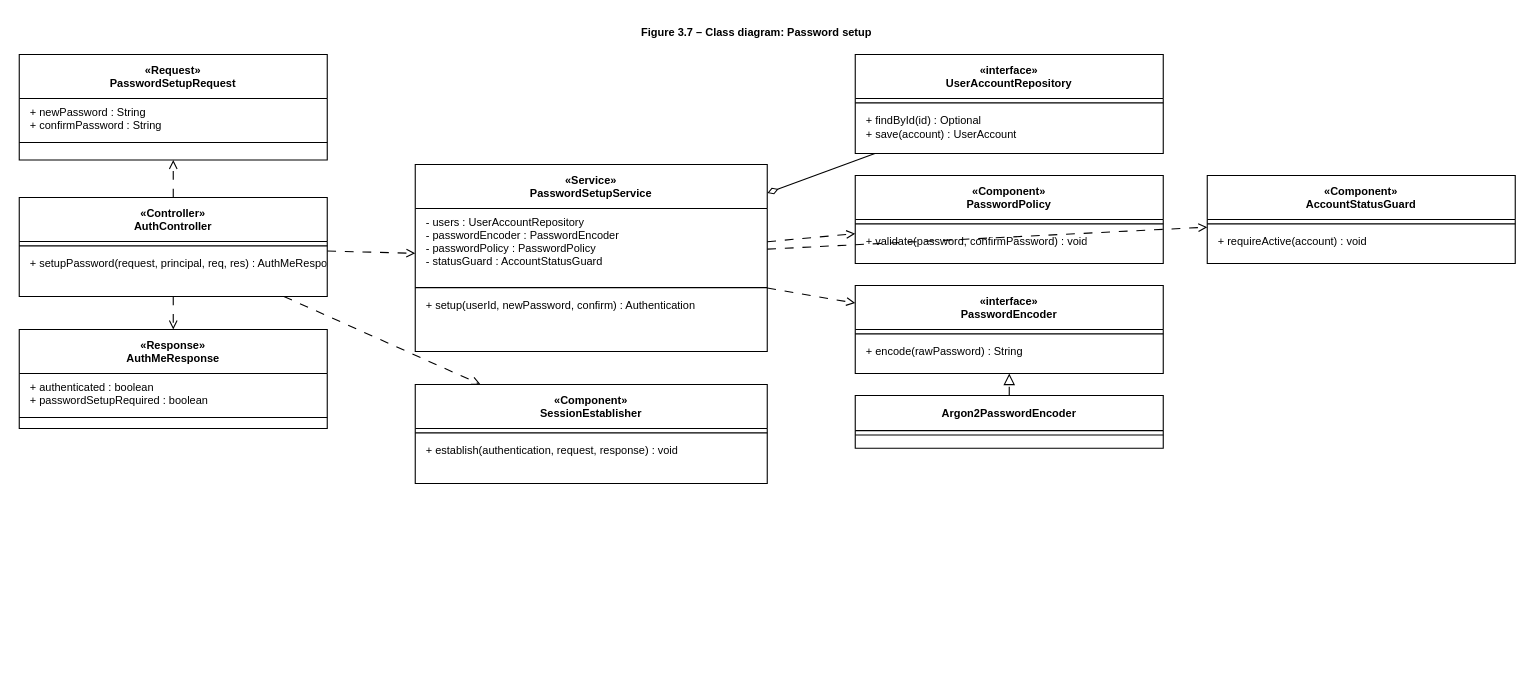
Before: page "3.7 Password setup — Class" (7 of 20) of docs/diagrams/01-auth.drawio in Saga-Learning-to-Hero/saga-be, a draw.io diagram. Source tidied: cells renumbered, new cells numbered last; positions are measured from the earlier drawing's top-left corner, leaving out a move shared by most shapes. Both pictures are drawn from the tidied source at 110%, with x=0, y=0 at pixel (19, 19).
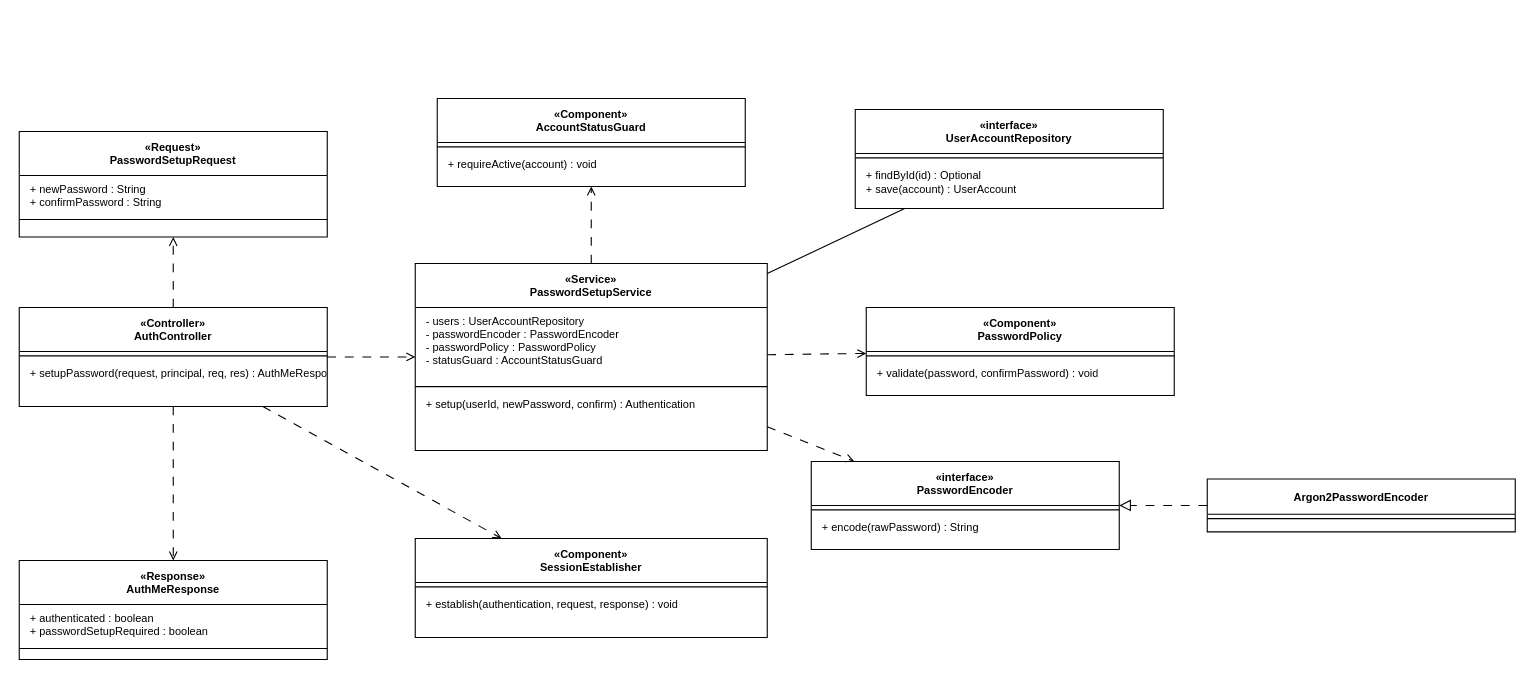
The same diagram, later.

The edit, as a diff of the source:
```diff
@@
-    <mxCell id="2" value="Figure 3.7 – Class diagram: Password setup" style="text;html=1;strokeColor=none;fillColor=none;align=center;fontStyle=1;fontSize=10;" parent="1" vertex="1">
-      <mxGeometry x="460" width="420" height="24" as="geometry" />
-    </mxCell>
     <mxCell id="3" value="«Request»&lt;br&gt;PasswordSetupRequest" style="swimlane;align=center;horizontal=1;startSize=40;html=1;whiteSpace=wrap;fillColor=#ffffff;strokeColor=#000000;fontSize=10;" parent="1" vertex="1">
-      <mxGeometry y="32" width="280" height="96" as="geometry" />
+      <mxGeometry y="102" width="280" height="96" as="geometry" />
     </mxCell>
@@
     <mxCell id="7" value="«Controller»&lt;br&gt;AuthController" style="swimlane;align=center;horizontal=1;startSize=40;html=1;whiteSpace=wrap;fillColor=#ffffff;strokeColor=#000000;fontSize=10;" parent="1" vertex="1">
-      <mxGeometry y="162" width="280" height="90" as="geometry" />
+      <mxGeometry y="262" width="280" height="90" as="geometry" />
     </mxCell>
@@
     <mxCell id="10" value="«Response»&lt;br&gt;AuthMeResponse" style="swimlane;align=center;horizontal=1;startSize=40;html=1;whiteSpace=wrap;fillColor=#ffffff;strokeColor=#000000;fontSize=10;" parent="1" vertex="1">
-      <mxGeometry y="282" width="280" height="90" as="geometry" />
+      <mxGeometry y="492" width="280" height="90" as="geometry" />
     </mxCell>
@@
     <mxCell id="14" value="«Service»&lt;br&gt;PasswordSetupService" style="swimlane;align=center;horizontal=1;startSize=40;html=1;whiteSpace=wrap;fillColor=#ffffff;strokeColor=#000000;fontSize=10;" parent="1" vertex="1">
-      <mxGeometry x="360" y="132" width="320" height="170" as="geometry" />
+      <mxGeometry x="360" y="222" width="320" height="170" as="geometry" />
     </mxCell>
@@
     <mxCell id="18" value="«Component»&lt;br&gt;SessionEstablisher" style="swimlane;align=center;horizontal=1;startSize=40;html=1;whiteSpace=wrap;fillColor=#ffffff;strokeColor=#000000;fontSize=10;" parent="1" vertex="1">
-      <mxGeometry x="360" y="332" width="320" height="90" as="geometry" />
+      <mxGeometry x="360" y="472" width="320" height="90" as="geometry" />
     </mxCell>
@@
     <mxCell id="21" value="«interface»&lt;br&gt;UserAccountRepository" style="swimlane;align=center;horizontal=1;startSize=40;html=1;whiteSpace=wrap;fillColor=#ffffff;strokeColor=#000000;fontSize=10;" parent="1" vertex="1">
-      <mxGeometry x="760" y="32" width="280" height="90" as="geometry" />
+      <mxGeometry x="760" y="82" width="280" height="90" as="geometry" />
     </mxCell>
@@
     <mxCell id="24" value="«Component»&lt;br&gt;PasswordPolicy" style="swimlane;align=center;horizontal=1;startSize=40;html=1;whiteSpace=wrap;fillColor=#ffffff;strokeColor=#000000;fontSize=10;" parent="1" vertex="1">
-      <mxGeometry x="760" y="142" width="280" height="80" as="geometry" />
+      <mxGeometry x="770" y="262" width="280" height="80" as="geometry" />
     </mxCell>
@@
     <mxCell id="27" value="«interface»&lt;br&gt;PasswordEncoder" style="swimlane;align=center;horizontal=1;startSize=40;html=1;whiteSpace=wrap;fillColor=#ffffff;strokeColor=#000000;fontSize=10;" parent="1" vertex="1">
-      <mxGeometry x="760" y="242" width="280" height="80" as="geometry" />
+      <mxGeometry x="720" y="402" width="280" height="80" as="geometry" />
     </mxCell>
@@
     <mxCell id="30" value="Argon2PasswordEncoder" style="swimlane;align=center;horizontal=1;startSize=32;html=1;whiteSpace=wrap;fillColor=#ffffff;strokeColor=#000000;fontSize=10;" parent="1" vertex="1">
-      <mxGeometry x="760" y="342" width="280" height="48" as="geometry" />
+      <mxGeometry x="1080" y="418" width="280" height="48" as="geometry" />
     </mxCell>
@@
     <mxCell id="33" value="«Component»&lt;br&gt;AccountStatusGuard" style="swimlane;align=center;horizontal=1;startSize=40;html=1;whiteSpace=wrap;fillColor=#ffffff;strokeColor=#000000;fontSize=10;" parent="1" vertex="1">
-      <mxGeometry x="1080" y="142" width="280" height="80" as="geometry" />
+      <mxGeometry x="380" y="72" width="280" height="80" as="geometry" />
     </mxCell>
@@
-    <mxCell id="43" style="startArrow=diamondThin;startFill=0;startSize=8;endArrow=none;html=1;strokeColor=#000000;" parent="1" edge="1" source="14" target="21">
+    <mxCell id="43" style="endArrow=none;startArrow=none;html=1;strokeColor=#000000;" parent="1" edge="1" source="14" target="21">
       <mxGeometry relative="1" as="geometry" />
     </mxCell>
```
